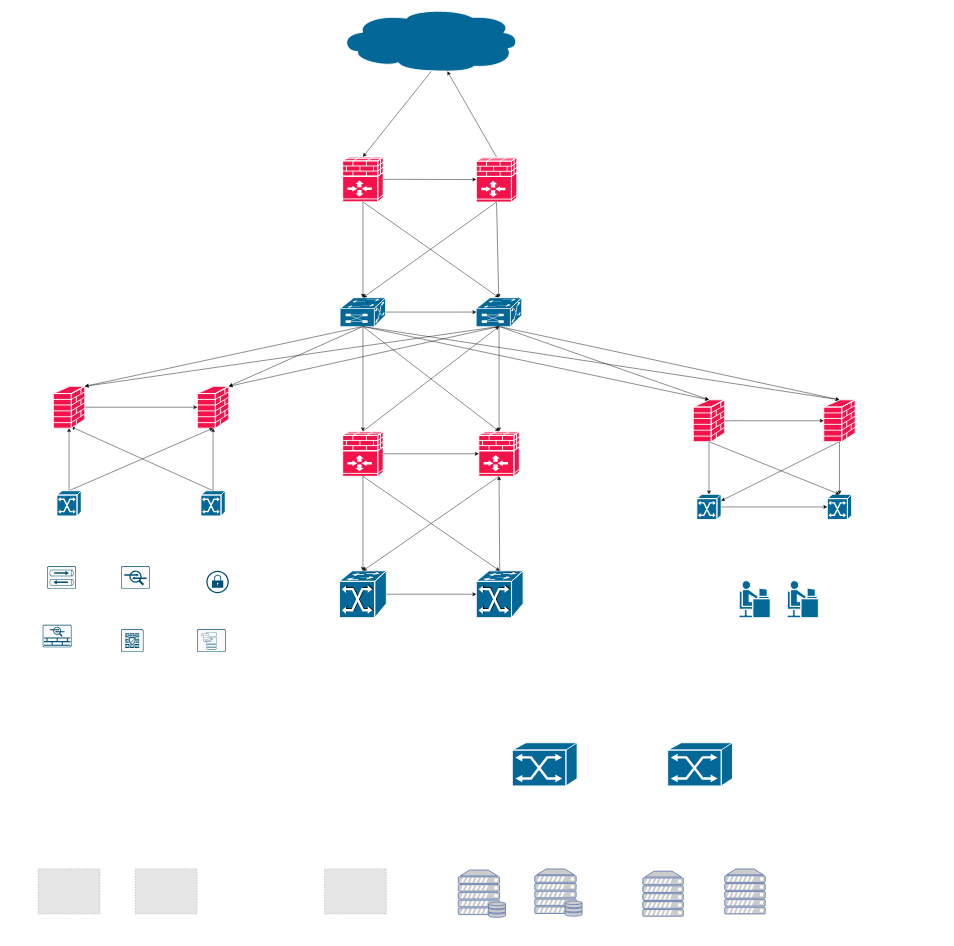
Before: 数据中心组网-32nodes.drawio in hel-2000/network-draw, a draw.io diagram. Source tidied: cells renumbered, new cells numbered last; positions are measured from the earlier drawing's top-left corner, leaving out a move shared by most shapes. Both pictures are drawn from the tidied source at 45%, with x=0, y=0 at pixel (38, 8). Pictures stored in the file or linked from it are replaced by grey dashed boxes.
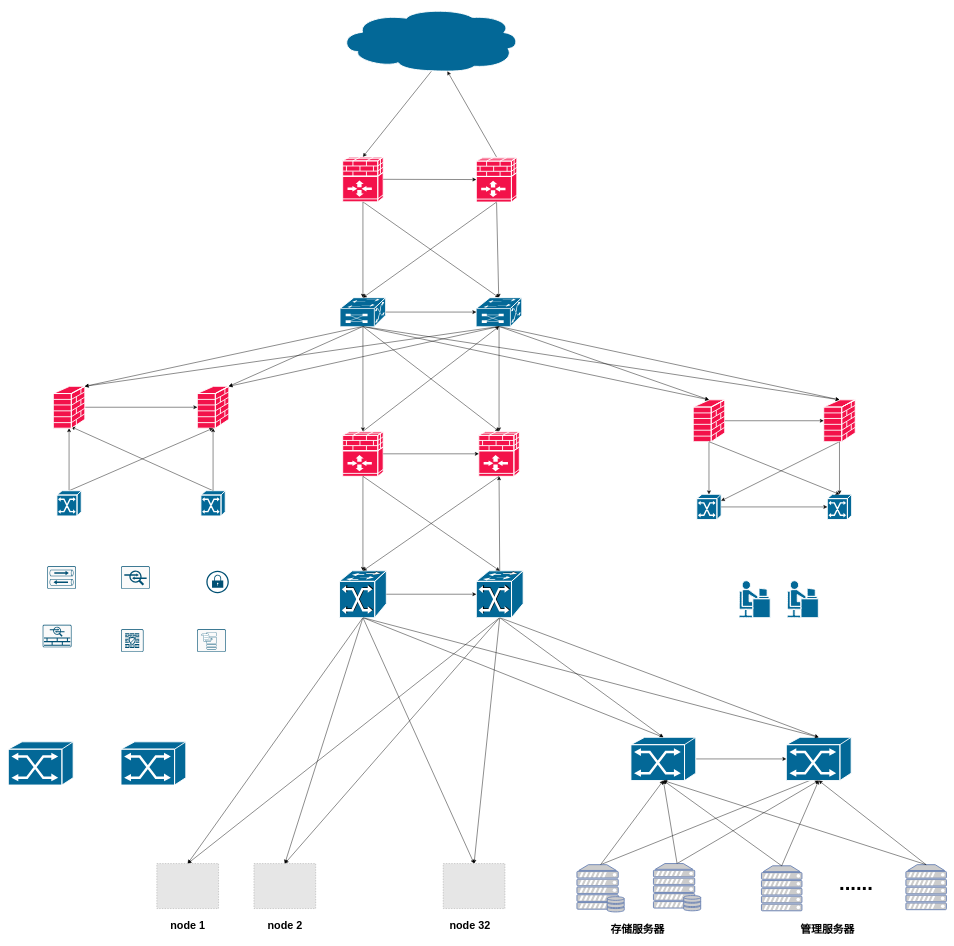
After the change.

Commit message (it also covers changes not shown here):
更新数据中心组网-32nodes.drawio

Unchanged cells that the change refers to:
```xml
<mxCell id="3" style="shape=mxgraph.cisco.switches.atm_fast_gigabit_etherswitch;sketch=0;html=1;dashed=0;fillColor=#036897;strokeColor=#ffffff;strokeWidth=2;verticalLabelPosition=bottom;verticalAlign=top;align=center;outlineConnect=0;" parent="1" vertex="1">
  <mxGeometry x="670" y="1250" width="104" height="104" as="geometry" />
</mxCell>
<mxCell id="43" style="shape=mxgraph.cisco.switches.atm_fast_gigabit_etherswitch;sketch=0;html=1;dashed=0;fillColor=#036897;strokeColor=#ffffff;strokeWidth=2;verticalLabelPosition=bottom;verticalAlign=top;align=center;outlineConnect=0;" parent="1" vertex="1">
  <mxGeometry x="974" y="1250" width="104" height="104" as="geometry" />
</mxCell>
```

Change to the diagram source:
```diff
@@
+    <mxCell id="73" style="rounded=0;jettySize=auto;html=1;exitX=0.5;exitY=1;exitDx=0;exitDy=0;exitPerimeter=0;entryX=0.5;entryY=0;entryDx=0;entryDy=0;entryPerimeter=0;" parent="1" edge="1" source="3" target="10">
+      <mxGeometry relative="1" as="geometry" />
+    </mxCell>
+    <mxCell id="74" style="rounded=0;jettySize=auto;html=1;exitX=0.5;exitY=1;exitDx=0;exitDy=0;exitPerimeter=0;entryX=0.5;entryY=0;entryDx=0;entryDy=0;" parent="1" edge="1" source="3" target="72">
+      <mxGeometry relative="1" as="geometry" />
+    </mxCell>
+    <mxCell id="75" style="rounded=0;jettySize=auto;html=1;exitX=0.5;exitY=1;exitDx=0;exitDy=0;exitPerimeter=0;entryX=0.5;entryY=0;entryDx=0;entryDy=0;" parent="1" edge="1" source="3" target="11">
+      <mxGeometry relative="1" as="geometry" />
+    </mxCell>
+    <mxCell id="76" style="rounded=0;jettySize=auto;html=1;exitX=0.5;exitY=1;exitDx=0;exitDy=0;exitPerimeter=0;entryX=0.5;entryY=0;entryDx=0;entryDy=0;" parent="1" edge="1" source="3" target="30">
+      <mxGeometry relative="1" as="geometry" />
+    </mxCell>
@@
+    <mxCell id="77" style="edgeStyle=orthogonalEdgeStyle;rounded=0;jettySize=auto;html=1;exitX=1;exitY=0.5;exitDx=0;exitDy=0;exitPerimeter=0;" parent="1" edge="1" source="10" target="44">
+      <mxGeometry relative="1" as="geometry" />
+    </mxCell>
     <mxCell id="10" style="shape=mxgraph.cisco.switches.atm_switch;sketch=0;html=1;dashed=0;fillColor=#036897;strokeColor=#ffffff;strokeWidth=2;verticalLabelPosition=bottom;verticalAlign=top;align=center;outlineConnect=0;" parent="1" vertex="1">
-      <mxGeometry x="1054" y="1632" width="144" height="96" as="geometry" />
+      <mxGeometry x="1317.6" y="1620" width="144" height="96" as="geometry" />
     </mxCell>
     <mxCell id="11" style="fillColor=#E6E6E6;strokeColor=#999999;dashed=1;verticalLabelPosition=bottom;verticalAlign=top;" parent="1" vertex="1">
-      <mxGeometry x="216.1" y="1912.5" width="137.2" height="100" as="geometry" />
+      <mxGeometry x="479.8" y="1900.5" width="137.2" height="100" as="geometry" />
     </mxCell>
+    <mxCell id="78" style="rounded=0;jettySize=auto;html=1;exitX=0.5;exitY=0;exitDx=0;exitDy=0;exitPerimeter=0;" parent="1" edge="1" source="12">
+      <mxGeometry relative="1" as="geometry">
+        <mxPoint x="1734.6" y="1708" as="targetPoint" />
+      </mxGeometry>
+    </mxCell>
     <mxCell id="12" style="fontColor=#0066CC;verticalAlign=top;verticalLabelPosition=bottom;labelPosition=center;align=center;html=1;outlineConnect=0;fillColor=#CCCCCC;strokeColor=#6881B3;gradientColor=none;gradientDirection=north;strokeWidth=2;shape=mxgraph.networks.server_storage;" parent="1" vertex="1">
-      <mxGeometry x="934" y="1915" width="105" height="105" as="geometry" />
+      <mxGeometry x="1197.6" y="1903" width="105" height="105" as="geometry" />
     </mxCell>
     <mxCell id="13" style="fontColor=#0066CC;verticalAlign=top;verticalLabelPosition=bottom;labelPosition=center;align=center;html=1;outlineConnect=0;fillColor=#CCCCCC;strokeColor=#6881B3;gradientColor=none;gradientDirection=north;strokeWidth=2;shape=mxgraph.networks.server;" parent="1" vertex="1">
-      <mxGeometry x="1526" y="1912.5" width="90" height="100" as="geometry" />
+      <mxGeometry x="1928.6" y="1903" width="90" height="100" as="geometry" />
     </mxCell>
@@
     <mxCell id="30" style="fillColor=#E6E6E6;strokeColor=#999999;dashed=1;verticalLabelPosition=bottom;verticalAlign=top;" parent="1" vertex="1">
-      <mxGeometry x="636.8" y="1912.5" width="137.2" height="100" as="geometry" />
+      <mxGeometry x="900.4" y="1900.5" width="137.2" height="100" as="geometry" />
     </mxCell>
@@
+    <mxCell id="79" style="rounded=0;jettySize=auto;html=1;exitX=0.5;exitY=1;exitDx=0;exitDy=0;exitPerimeter=0;entryX=0.5;entryY=0;entryDx=0;entryDy=0;entryPerimeter=0;" parent="1" edge="1" source="43" target="44">
+      <mxGeometry relative="1" as="geometry" />
+    </mxCell>
+    <mxCell id="80" style="rounded=0;jettySize=auto;html=1;exitX=0.5;exitY=1;exitDx=0;exitDy=0;exitPerimeter=0;entryX=0.5;entryY=0;entryDx=0;entryDy=0;" parent="1" edge="1" source="43" target="72">
+      <mxGeometry relative="1" as="geometry" />
+    </mxCell>
+    <mxCell id="81" style="rounded=0;jettySize=auto;html=1;exitX=0.5;exitY=1;exitDx=0;exitDy=0;exitPerimeter=0;entryX=0.5;entryY=0;entryDx=0;entryDy=0;" parent="1" edge="1" source="43" target="11">
+      <mxGeometry relative="1" as="geometry" />
+    </mxCell>
+    <mxCell id="82" style="rounded=0;jettySize=auto;html=1;exitX=0.5;exitY=1;exitDx=0;exitDy=0;exitPerimeter=0;entryX=0.5;entryY=0;entryDx=0;entryDy=0;" parent="1" edge="1" source="43" target="30">
+      <mxGeometry relative="1" as="geometry" />
+    </mxCell>
@@
     <mxCell id="44" style="shape=mxgraph.cisco.switches.atm_switch;sketch=0;html=1;dashed=0;fillColor=#036897;strokeColor=#ffffff;strokeWidth=2;verticalLabelPosition=bottom;verticalAlign=top;align=center;outlineConnect=0;" parent="1" vertex="1">
-      <mxGeometry x="1399.2" y="1632" width="144" height="96" as="geometry" />
+      <mxGeometry x="1662.9" y="1620" width="144" height="96" as="geometry" />
     </mxCell>
@@
     <mxCell id="70" style="fontColor=#0066CC;verticalAlign=top;verticalLabelPosition=bottom;labelPosition=center;align=center;html=1;outlineConnect=0;fillColor=#CCCCCC;strokeColor=#6881B3;gradientColor=none;gradientDirection=north;strokeWidth=2;shape=mxgraph.networks.server;" parent="1" vertex="1">
-      <mxGeometry x="1344" y="1917.5" width="90" height="100" as="geometry" />
+      <mxGeometry x="1607.6" y="1905.5" width="90" height="100" as="geometry" />
     </mxCell>
+    <mxCell id="83" style="rounded=0;jettySize=auto;html=1;exitX=0.5;exitY=0;exitDx=0;exitDy=0;exitPerimeter=0;entryX=0.5;entryY=1;entryDx=0;entryDy=0;entryPerimeter=0;" parent="1" edge="1" source="71" target="44">
+      <mxGeometry relative="1" as="geometry" />
+    </mxCell>
     <mxCell id="71" style="fontColor=#0066CC;verticalAlign=top;verticalLabelPosition=bottom;labelPosition=center;align=center;html=1;outlineConnect=0;fillColor=#CCCCCC;strokeColor=#6881B3;gradientColor=none;gradientDirection=north;strokeWidth=2;shape=mxgraph.networks.server_storage;" parent="1" vertex="1">
-      <mxGeometry x="1104" y="1912.5" width="105" height="105" as="geometry" />
+      <mxGeometry x="1367.6" y="1900.5" width="105" height="105" as="geometry" />
     </mxCell>
     <mxCell id="72" style="fillColor=#E6E6E6;strokeColor=#999999;dashed=1;verticalLabelPosition=bottom;verticalAlign=top;" parent="1" vertex="1">
-      <mxGeometry x="0.4" y="1912.5" width="137.2" height="100" as="geometry" />
+      <mxGeometry x="264" y="1900.5" width="137.2" height="100" as="geometry" />
     </mxCell>
+    <mxCell id="84" value="&lt;font style=&quot;font-size: 24px;&quot;&gt;&lt;b&gt;node 1&lt;/b&gt;&lt;/font&gt;" style="text;strokeColor=none;align=center;fillColor=none;html=1;verticalAlign=middle;whiteSpace=wrap;rounded=0;" parent="1" vertex="1">
+      <mxGeometry x="280.7" y="2018" width="103.8" height="40" as="geometry" />
+    </mxCell>
+    <mxCell id="85" value="&lt;font style=&quot;font-size: 24px;&quot;&gt;&lt;b&gt;node 2&lt;/b&gt;&lt;/font&gt;" style="text;strokeColor=none;align=center;fillColor=none;html=1;verticalAlign=middle;whiteSpace=wrap;rounded=0;" parent="1" vertex="1">
+      <mxGeometry x="496.5" y="2018" width="103.8" height="40" as="geometry" />
+    </mxCell>
+    <mxCell id="86" value="&lt;font style=&quot;font-size: 24px;&quot;&gt;&lt;b&gt;node 32&lt;/b&gt;&lt;/font&gt;" style="text;strokeColor=none;align=center;fillColor=none;html=1;verticalAlign=middle;whiteSpace=wrap;rounded=0;" parent="1" vertex="1">
+      <mxGeometry x="907.6" y="2018" width="103.8" height="40" as="geometry" />
+    </mxCell>
+    <mxCell id="87" value="&lt;font style=&quot;font-size: 24px;&quot;&gt;&lt;b&gt;存储服务器&lt;/b&gt;&lt;/font&gt;" style="text;strokeColor=none;align=center;fillColor=none;html=1;verticalAlign=middle;whiteSpace=wrap;rounded=0;" parent="1" vertex="1">
+      <mxGeometry x="1227.6" y="2028" width="208.8" height="40" as="geometry" />
+    </mxCell>
+    <mxCell id="88" value="&lt;font style=&quot;font-size: 24px;&quot;&gt;&lt;b&gt;管理服务器&lt;/b&gt;&lt;/font&gt;" style="text;strokeColor=none;align=center;fillColor=none;html=1;verticalAlign=middle;whiteSpace=wrap;rounded=0;" parent="1" vertex="1">
+      <mxGeometry x="1650.2" y="2028" width="208.8" height="40" as="geometry" />
+    </mxCell>
+    <mxCell id="89" value="&lt;font size=&quot;1&quot; style=&quot;&quot;&gt;&lt;b style=&quot;font-size: 45px;&quot;&gt;...&lt;/b&gt;&lt;/font&gt;&lt;b style=&quot;border-color: var(--border-color); font-size: 45px;&quot;&gt;...&lt;/b&gt;" style="text;strokeColor=none;align=center;fillColor=none;html=1;verticalAlign=middle;whiteSpace=wrap;rounded=0;" parent="1" vertex="1">
+      <mxGeometry x="1757.6" y="1928" width="120" height="30" as="geometry" />
+    </mxCell>
+    <mxCell id="90" style="rounded=0;jettySize=auto;html=1;exitX=0.5;exitY=1;exitDx=0;exitDy=0;exitPerimeter=0;entryX=0.5;entryY=0;entryDx=0;entryDy=0;entryPerimeter=0;" parent="1" edge="1" source="3" target="44">
+      <mxGeometry relative="1" as="geometry" />
+    </mxCell>
+    <mxCell id="91" style="rounded=0;jettySize=auto;html=1;exitX=0.5;exitY=1;exitDx=0;exitDy=0;exitPerimeter=0;entryX=0.5;entryY=0;entryDx=0;entryDy=0;entryPerimeter=0;" parent="1" edge="1" source="43" target="10">
+      <mxGeometry relative="1" as="geometry" />
+    </mxCell>
+    <mxCell id="92" style="rounded=0;jettySize=auto;html=1;exitX=0.5;exitY=0;exitDx=0;exitDy=0;exitPerimeter=0;entryX=0.5;entryY=1;entryDx=0;entryDy=0;entryPerimeter=0;" parent="1" edge="1" source="12" target="10">
+      <mxGeometry relative="1" as="geometry" />
+    </mxCell>
+    <mxCell id="93" style="rounded=0;jettySize=auto;html=1;exitX=0.5;exitY=0;exitDx=0;exitDy=0;exitPerimeter=0;entryX=0.5;entryY=1;entryDx=0;entryDy=0;entryPerimeter=0;" parent="1" edge="1" source="71" target="10">
+      <mxGeometry relative="1" as="geometry" />
+    </mxCell>
+    <mxCell id="94" style="rounded=0;jettySize=auto;html=1;exitX=0.5;exitY=0;exitDx=0;exitDy=0;exitPerimeter=0;entryX=0.5;entryY=1;entryDx=0;entryDy=0;entryPerimeter=0;" parent="1" edge="1" source="70" target="10">
+      <mxGeometry relative="1" as="geometry" />
+    </mxCell>
+    <mxCell id="95" style="rounded=0;jettySize=auto;html=1;exitX=0.5;exitY=0;exitDx=0;exitDy=0;exitPerimeter=0;entryX=0.5;entryY=1;entryDx=0;entryDy=0;entryPerimeter=0;" parent="1" edge="1" source="70" target="44">
+      <mxGeometry relative="1" as="geometry" />
+    </mxCell>
+    <mxCell id="96" style="rounded=0;jettySize=auto;html=1;exitX=0.5;exitY=0;exitDx=0;exitDy=0;exitPerimeter=0;entryX=0.5;entryY=1;entryDx=0;entryDy=0;entryPerimeter=0;" parent="1" edge="1" source="13" target="44">
+      <mxGeometry relative="1" as="geometry" />
+    </mxCell>
+    <mxCell id="97" style="rounded=0;jettySize=auto;html=1;exitX=0.5;exitY=0;exitDx=0;exitDy=0;exitPerimeter=0;entryX=0.5;entryY=1;entryDx=0;entryDy=0;entryPerimeter=0;" parent="1" edge="1" source="13" target="10">
+      <mxGeometry relative="1" as="geometry" />
+    </mxCell>
+    <mxCell id="98" style="shape=mxgraph.cisco.switches.atm_switch;sketch=0;html=1;dashed=0;fillColor=#036897;strokeColor=#ffffff;strokeWidth=2;verticalLabelPosition=bottom;verticalAlign=top;align=center;" parent="1" vertex="1">
+      <mxGeometry x="-66" y="1630" width="144" height="96" as="geometry" />
+    </mxCell>
+    <mxCell id="99" style="shape=mxgraph.cisco.switches.atm_switch;sketch=0;html=1;dashed=0;fillColor=#036897;strokeColor=#ffffff;strokeWidth=2;verticalLabelPosition=bottom;verticalAlign=top;align=center;" parent="1" vertex="1">
+      <mxGeometry x="184.4" y="1630" width="144" height="96" as="geometry" />
+    </mxCell>
```
